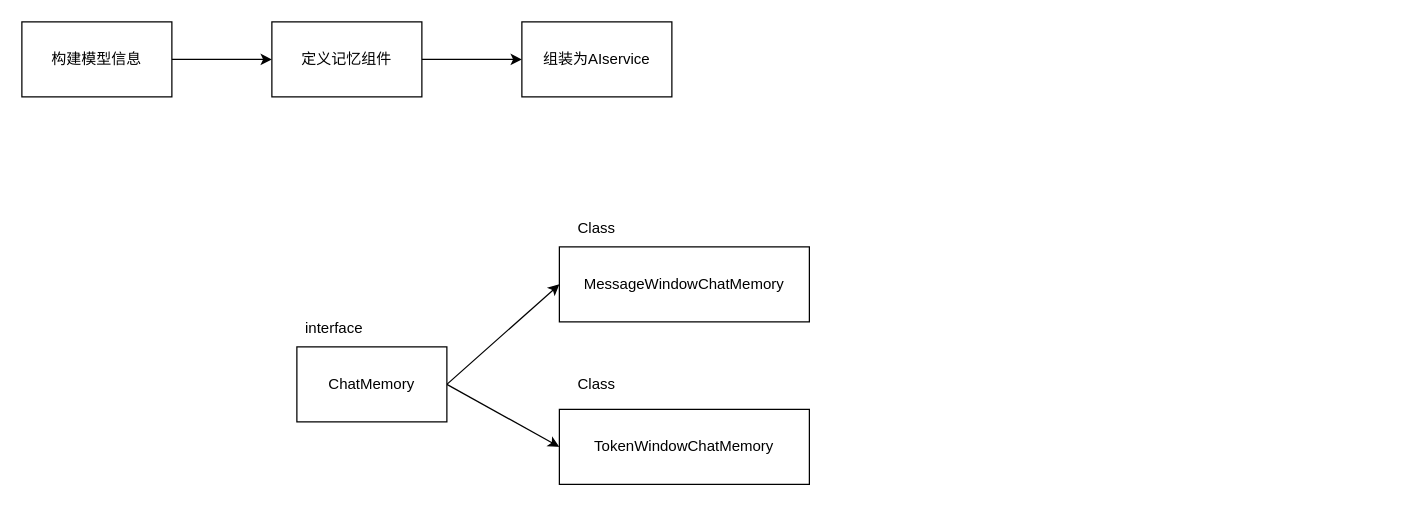
Earlier version of the draw.io diagram memory结构.drawio (Chentx1243/draw.io). Source tidied: cells renumbered, new cells numbered last; positions are measured from the earlier drawing's top-left corner, leaving out a move shared by most shapes. Both pictures are drawn from the tidied source at 125%, with x=0, y=0 at pixel (21, 21).
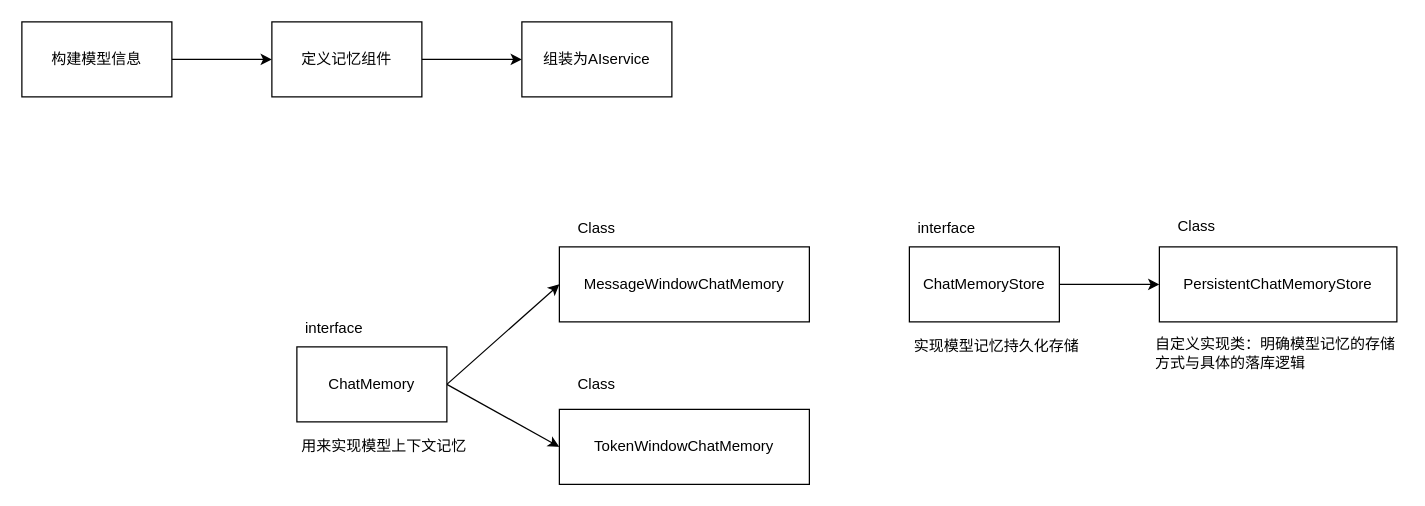
The same diagram, later.

What changed in the source:
```diff
@@
+    <mxCell id="15" style="edgeStyle=orthogonalEdgeStyle;rounded=0;jettySize=auto;html=1;" parent="1" edge="1" source="16" target="18">
+      <mxGeometry relative="1" as="geometry" />
+    </mxCell>
+    <mxCell id="16" value="ChatMemoryStore" style="whiteSpace=wrap;html=1;" parent="1" vertex="1">
+      <mxGeometry x="710" y="180" width="120" height="60" as="geometry" />
+    </mxCell>
+    <mxCell id="17" value="interface" style="text;html=1;whiteSpace=wrap;strokeColor=none;fillColor=none;align=center;verticalAlign=middle;rounded=0;" parent="1" vertex="1">
+      <mxGeometry x="710" y="150" width="60" height="30" as="geometry" />
+    </mxCell>
+    <mxCell id="18" value="PersistentChatMemoryStore" style="whiteSpace=wrap;html=1;" parent="1" vertex="1">
+      <mxGeometry x="910" y="180" width="190" height="60" as="geometry" />
+    </mxCell>
+    <mxCell id="19" value="Class" style="text;html=1;whiteSpace=wrap;strokeColor=none;fillColor=none;align=center;verticalAlign=middle;rounded=0;" parent="1" vertex="1">
+      <mxGeometry x="910" y="149" width="60" height="30" as="geometry" />
+    </mxCell>
+    <mxCell id="20" value="用来实现模型上下文记忆" style="text;html=1;whiteSpace=wrap;strokeColor=none;fillColor=none;align=center;verticalAlign=middle;rounded=0;" parent="1" vertex="1">
+      <mxGeometry x="220" y="330" width="140" height="20" as="geometry" />
+    </mxCell>
+    <mxCell id="21" value="实现模型记忆持久化存储" style="text;html=1;whiteSpace=wrap;strokeColor=none;fillColor=none;align=center;verticalAlign=middle;rounded=0;" parent="1" vertex="1">
+      <mxGeometry x="710" y="245" width="140" height="30" as="geometry" />
+    </mxCell>
+    <mxCell id="22" value="自定义实现类：明确模型记忆的存储方式与具体的落库逻辑" style="text;html=1;whiteSpace=wrap;strokeColor=none;fillColor=none;align=left;verticalAlign=middle;rounded=0;" parent="1" vertex="1">
+      <mxGeometry x="905" y="250" width="200" height="30" as="geometry" />
+    </mxCell>
```
